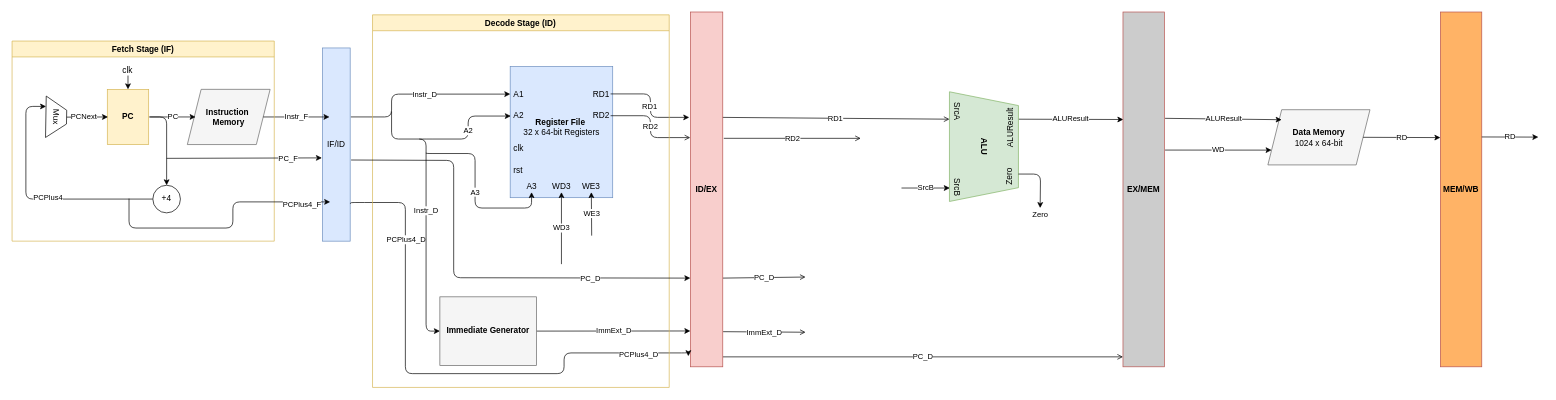
abdullah123ch/RV64I-Zba-Pipelined-RISC-V-Processor keeps this draw.io diagram as docs/architechture.drawio. Above is the earlier version. Source tidied: cells renumbered, new cells numbered last; positions are measured from the earlier drawing's top-left corner, leaving out a move shared by most shapes. Both pictures are drawn from the tidied source at 69%, with x=0, y=0 at pixel (12, 12).
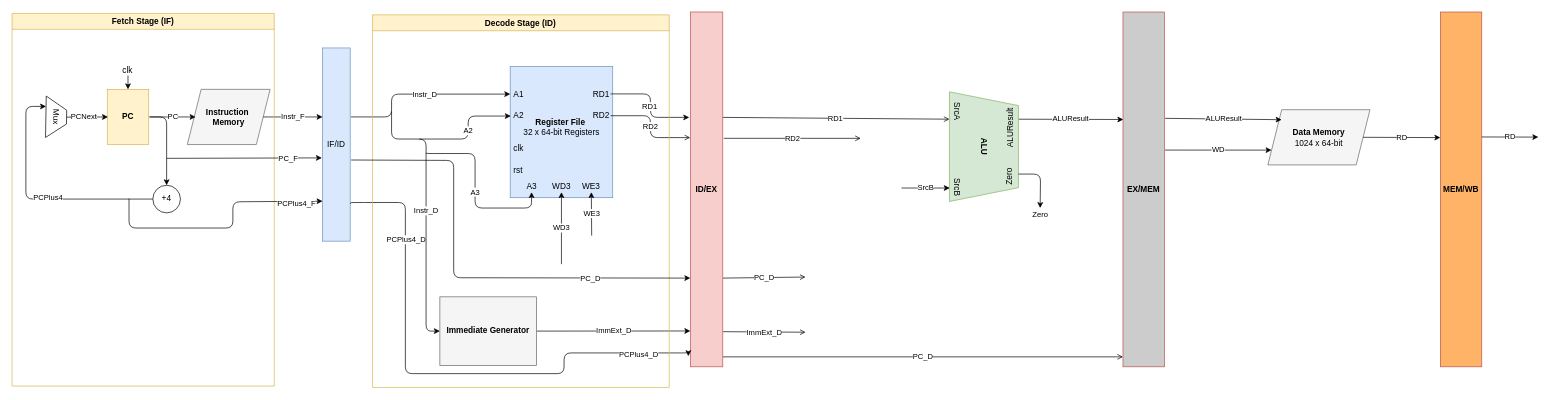
The same page after the edit.

Commit message (it also covers changes not shown here):
add the decode stage logic

Unchanged cells that the change refers to:
```xml
<mxCell id="28" value="&lt;b&gt;Instruction&amp;nbsp;&lt;/b&gt;&lt;div&gt;&lt;b&gt;Memory&lt;/b&gt;&lt;br&gt;&lt;/div&gt;" style="shape=parallelogram;perimeter=parallelogramPerimeter;whiteSpace=wrap;html=1;fixedSize=1;fillColor=#f5f5f5;strokeColor=#666666;" parent="24" vertex="1">
  <mxGeometry x="254" y="70" width="120" height="80" as="geometry" />
</mxCell>
```

Diff of the diagram source:
```diff
@@
     <mxCell id="24" style="group;" parent="1" vertex="1">
-      <mxGeometry y="42" width="461" height="290" as="geometry" />
+      <mxGeometry y="42" width="461" height="500" as="geometry" />
     </mxCell>
@@
     <mxCell id="30" value="Instr_F" style="endArrow=classic;html=1;exitX=1;exitY=0.5;exitDx=0;exitDy=0;" parent="24" edge="1" source="28">
       <mxGeometry relative="1" as="geometry">
-        <mxPoint x="460" y="110" as="targetPoint" />
+        <mxPoint x="450" y="110" as="targetPoint" />
       </mxGeometry>
     </mxCell>
     <mxCell id="31" value="&lt;b&gt;Fetch Stage (IF)&lt;/b&gt;" style="swimlane;whiteSpace=wrap;html=1;fillColor=#fff2cc;strokeColor=#d6b656;" parent="24" vertex="1">
-      <mxGeometry width="380" height="290" as="geometry" />
+      <mxGeometry y="-40" width="380" height="540" as="geometry" />
     </mxCell>
@@
-    <mxCell id="37" style="edgeStyle=orthogonalEdgeStyle;html=1;entryX=0.012;entryY=0.799;entryDx=0;entryDy=0;entryPerimeter=0;" parent="24" edge="1">
+    <mxCell id="37" style="edgeStyle=orthogonalEdgeStyle;html=1;" parent="24" edge="1">
       <mxGeometry relative="1" as="geometry">
         <mxPoint x="169.5" y="228.3" as="sourcePoint" />
-        <mxPoint x="461" y="233.1" as="targetPoint" />
+        <mxPoint x="450" y="232" as="targetPoint" />
         <Array as="points">
           <mxPoint x="170" y="271" />
           <mxPoint x="320" y="271" />
           <mxPoint x="320" y="233" />
+          <mxPoint x="450" y="233" />
         </Array>
       </mxGeometry>
     </mxCell>
```
